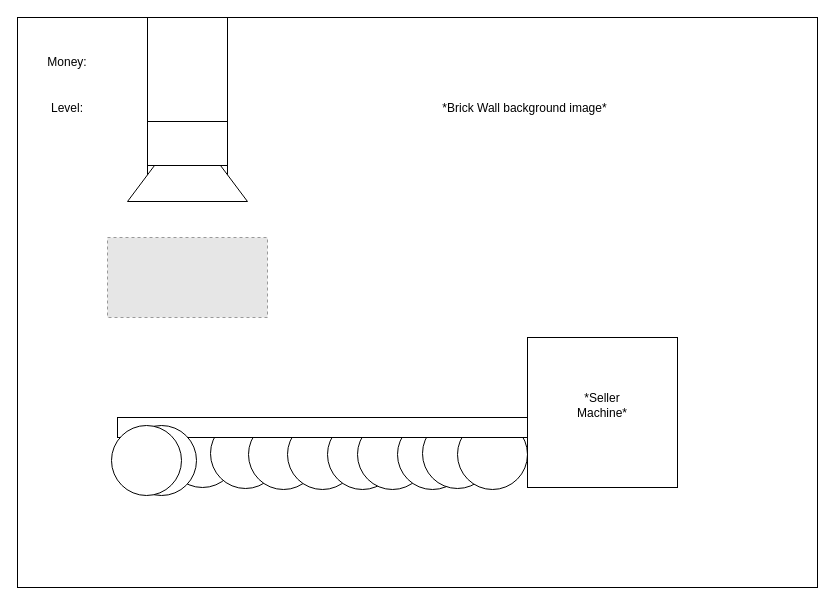
Before: design/storyboardGameScene.drawio in Gabriel-Zanardi/ICD2O-1-2023-Final-Project-Gabriel-Zanardi-Nogueira-Yoochan-Han, a draw.io diagram. Source tidied: cells renumbered, new cells numbered last; positions are measured from the earlier drawing's top-left corner, leaving out a move shared by most shapes. Both pictures are drawn from the tidied source at 100%, with x=0, y=0 at pixel (17, 17). Pictures stored in the file or linked from it are replaced by grey dashed boxes.
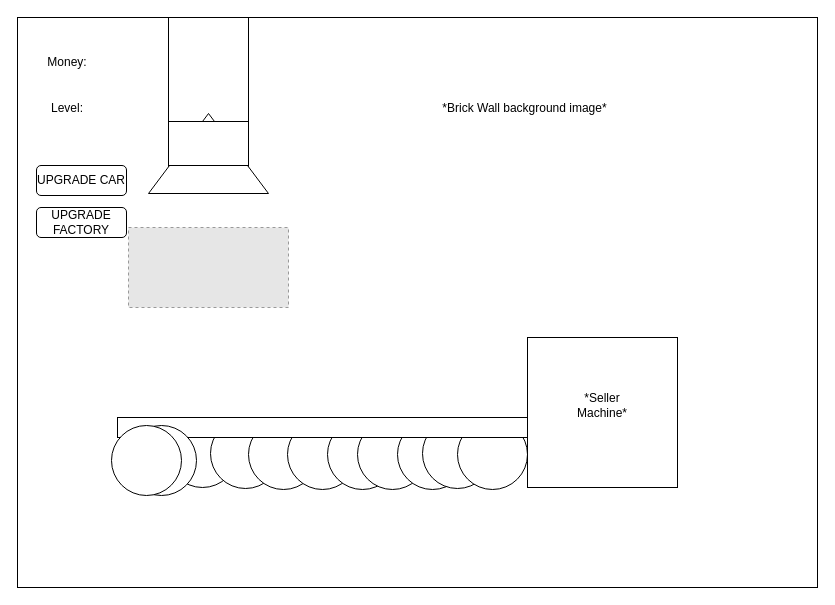
Above is the later version.

Commit message (it also covers changes not shown here):
exported all storyboards and made a few changes to the GameScene storyboard

Change to the diagram source:
```diff
@@
     <mxCell id="3" style="rounded=0;whiteSpace=wrap;html=1;" parent="1" vertex="1">
-      <mxGeometry x="130" width="80" height="160" as="geometry" />
+      <mxGeometry x="151" width="80" height="160" as="geometry" />
     </mxCell>
     <mxCell id="4" style="triangle;whiteSpace=wrap;html=1;rotation=-90;" parent="1" vertex="1">
-      <mxGeometry x="130" y="84" width="80" height="120" as="geometry" />
+      <mxGeometry x="151" y="76" width="80" height="120" as="geometry" />
     </mxCell>
@@
     <mxCell id="6" style="rounded=0;whiteSpace=wrap;html=1;" parent="1" vertex="1">
-      <mxGeometry x="130" y="104" width="80" height="44" as="geometry" />
+      <mxGeometry x="151" y="104" width="80" height="44" as="geometry" />
     </mxCell>
@@
     <mxCell id="18" style="fillColor=#E6E6E6;strokeColor=#999999;dashed=1;verticalLabelPosition=bottom;labelBackgroundColor=default;verticalAlign=top;" parent="1" vertex="1">
-      <mxGeometry x="90" y="220" width="160" height="80" as="geometry" />
+      <mxGeometry x="111" y="210" width="160" height="80" as="geometry" />
     </mxCell>
@@
+    <mxCell id="24" value="UPGRADE CAR" style="rounded=1;whiteSpace=wrap;html=1;" parent="1" vertex="1">
+      <mxGeometry x="19" y="148" width="90" height="30" as="geometry" />
+    </mxCell>
+    <mxCell id="25" value="UPGRADE FACTORY" style="rounded=1;whiteSpace=wrap;html=1;" parent="1" vertex="1">
+      <mxGeometry x="19" y="190" width="90" height="30" as="geometry" />
+    </mxCell>
```
